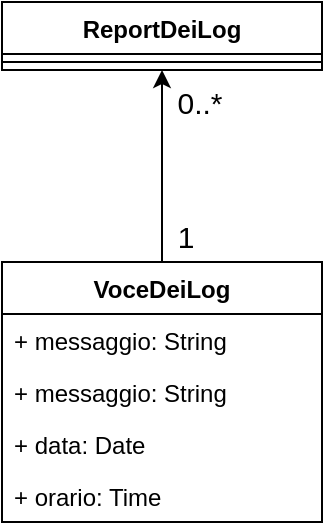
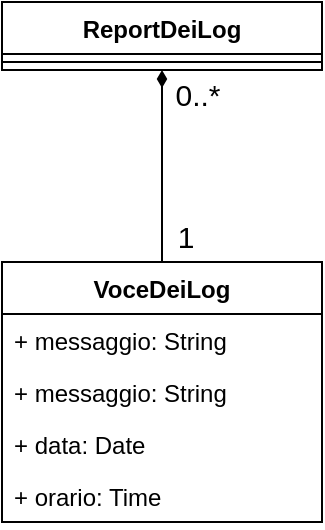
<mxfile host="app.diagrams.net">
  <diagram name="Pagina-1" id="wMCveFLQAX-dMBYbUxZM">
-     <mxGraphModel dx="1030" dy="527" grid="1" gridSize="10" guides="1" tooltips="1" connect="1" arrows="1" fold="1" page="1" pageScale="1" pageWidth="827" pageHeight="1169" math="0" shadow="0">
+     <mxGraphModel dx="707" dy="677" grid="1" gridSize="10" guides="1" tooltips="1" connect="1" arrows="1" fold="1" page="1" pageScale="1" pageWidth="827" pageHeight="1169" math="0" shadow="0">
      <root>
        <mxCell id="0" />
        <mxCell id="1" parent="0" />
        <mxCell id="H2GDpl11e_xOxC4cRCn7-1" parent="1" style="swimlane;fontStyle=1;align=center;verticalAlign=top;childLayout=stackLayout;horizontal=1;startSize=26;horizontalStack=0;resizeParent=1;resizeParentMax=0;resizeLast=0;collapsible=1;marginBottom=0;whiteSpace=wrap;html=1;" value="ReportDeiLog" vertex="1">
          <mxGeometry height="34" width="160" x="334" y="70" as="geometry" />
        </mxCell>
        <mxCell id="H2GDpl11e_xOxC4cRCn7-3" parent="H2GDpl11e_xOxC4cRCn7-1" style="line;strokeWidth=1;fillColor=none;align=left;verticalAlign=middle;spacingTop=-1;spacingLeft=3;spacingRight=3;rotatable=0;labelPosition=right;points=[];portConstraint=eastwest;strokeColor=inherit;" value="" vertex="1">
          <mxGeometry height="8" width="160" y="26" as="geometry" />
        </mxCell>
-         <mxCell id="H2GDpl11e_xOxC4cRCn7-12" edge="1" parent="1" source="H2GDpl11e_xOxC4cRCn7-5" style="edgeStyle=orthogonalEdgeStyle;rounded=0;orthogonalLoop=1;jettySize=auto;html=1;exitX=0.5;exitY=0;exitDx=0;exitDy=0;entryX=0.5;entryY=1;entryDx=0;entryDy=0;" target="H2GDpl11e_xOxC4cRCn7-1">
+         <mxCell id="H2GDpl11e_xOxC4cRCn7-12" edge="1" parent="1" source="H2GDpl11e_xOxC4cRCn7-5" style="edgeStyle=orthogonalEdgeStyle;rounded=0;orthogonalLoop=1;jettySize=auto;html=1;exitX=0.5;exitY=0;exitDx=0;exitDy=0;entryX=0.5;entryY=1;entryDx=0;entryDy=0;endArrow=diamondThin;endFill=1;" target="H2GDpl11e_xOxC4cRCn7-1">
          <mxGeometry relative="1" as="geometry" />
        </mxCell>
        <mxCell id="H2GDpl11e_xOxC4cRCn7-5" parent="1" style="swimlane;fontStyle=1;align=center;verticalAlign=top;childLayout=stackLayout;horizontal=1;startSize=26;horizontalStack=0;resizeParent=1;resizeParentMax=0;resizeLast=0;collapsible=1;marginBottom=0;whiteSpace=wrap;html=1;" value="VoceDeiLog" vertex="1">
          <mxGeometry height="130" width="160" x="334" y="200" as="geometry" />
        </mxCell>
        <mxCell id="H2GDpl11e_xOxC4cRCn7-6" parent="H2GDpl11e_xOxC4cRCn7-5" style="text;strokeColor=none;fillColor=none;align=left;verticalAlign=top;spacingLeft=4;spacingRight=4;overflow=hidden;rotatable=0;points=[[0,0.5],[1,0.5]];portConstraint=eastwest;whiteSpace=wrap;html=1;" value="+ messaggio: String" vertex="1">
          <mxGeometry height="26" width="160" y="26" as="geometry" />
        </mxCell>
        <mxCell id="H2GDpl11e_xOxC4cRCn7-10" parent="H2GDpl11e_xOxC4cRCn7-5" style="text;strokeColor=none;fillColor=none;align=left;verticalAlign=top;spacingLeft=4;spacingRight=4;overflow=hidden;rotatable=0;points=[[0,0.5],[1,0.5]];portConstraint=eastwest;whiteSpace=wrap;html=1;" value="+ messaggio: String" vertex="1">
          <mxGeometry height="26" width="160" y="52" as="geometry" />
        </mxCell>
        <mxCell id="H2GDpl11e_xOxC4cRCn7-11" parent="H2GDpl11e_xOxC4cRCn7-5" style="text;strokeColor=none;fillColor=none;align=left;verticalAlign=top;spacingLeft=4;spacingRight=4;overflow=hidden;rotatable=0;points=[[0,0.5],[1,0.5]];portConstraint=eastwest;whiteSpace=wrap;html=1;" value="+ data: Date" vertex="1">
          <mxGeometry height="26" width="160" y="78" as="geometry" />
        </mxCell>
        <mxCell id="H2GDpl11e_xOxC4cRCn7-9" parent="H2GDpl11e_xOxC4cRCn7-5" style="text;strokeColor=none;fillColor=none;align=left;verticalAlign=top;spacingLeft=4;spacingRight=4;overflow=hidden;rotatable=0;points=[[0,0.5],[1,0.5]];portConstraint=eastwest;whiteSpace=wrap;html=1;" value="+ orario: Time" vertex="1">
          <mxGeometry height="26" width="160" y="104" as="geometry" />
        </mxCell>
        <mxCell id="H2GDpl11e_xOxC4cRCn7-13" parent="1" style="text;html=1;whiteSpace=wrap;strokeColor=none;fillColor=none;align=center;verticalAlign=middle;rounded=0;" value="&lt;font style=&quot;font-size: 15px;&quot;&gt;1&lt;/font&gt;" vertex="1">
          <mxGeometry height="30" width="60" x="396" y="172" as="geometry" />
        </mxCell>
        <mxCell id="H2GDpl11e_xOxC4cRCn7-14" parent="1" style="text;html=1;whiteSpace=wrap;strokeColor=none;fillColor=none;align=center;verticalAlign=middle;rounded=0;" value="&lt;font style=&quot;font-size: 15px;&quot;&gt;0..*&lt;/font&gt;" vertex="1">
-           <mxGeometry height="30" width="60" x="403" y="105" as="geometry" />
+           <mxGeometry height="30" width="60" x="402" y="101" as="geometry" />
        </mxCell>
      </root>
    </mxGraphModel>
  </diagram>
</mxfile>
